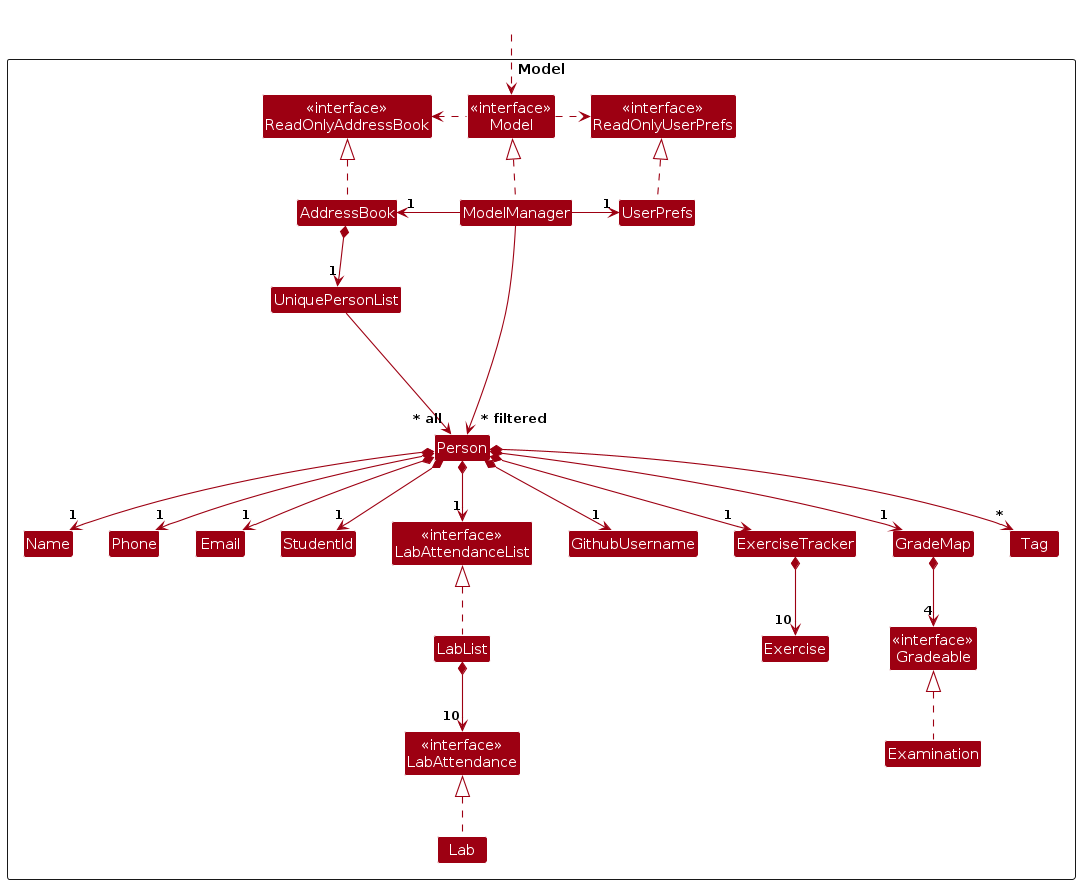
Earlier version of the PlantUML export diagrams/ModelClassDiagram.png (AY2526S1-CS2103T-T09-3/tp). Its source is kept beside it as diagrams/ModelClassDiagram.puml.
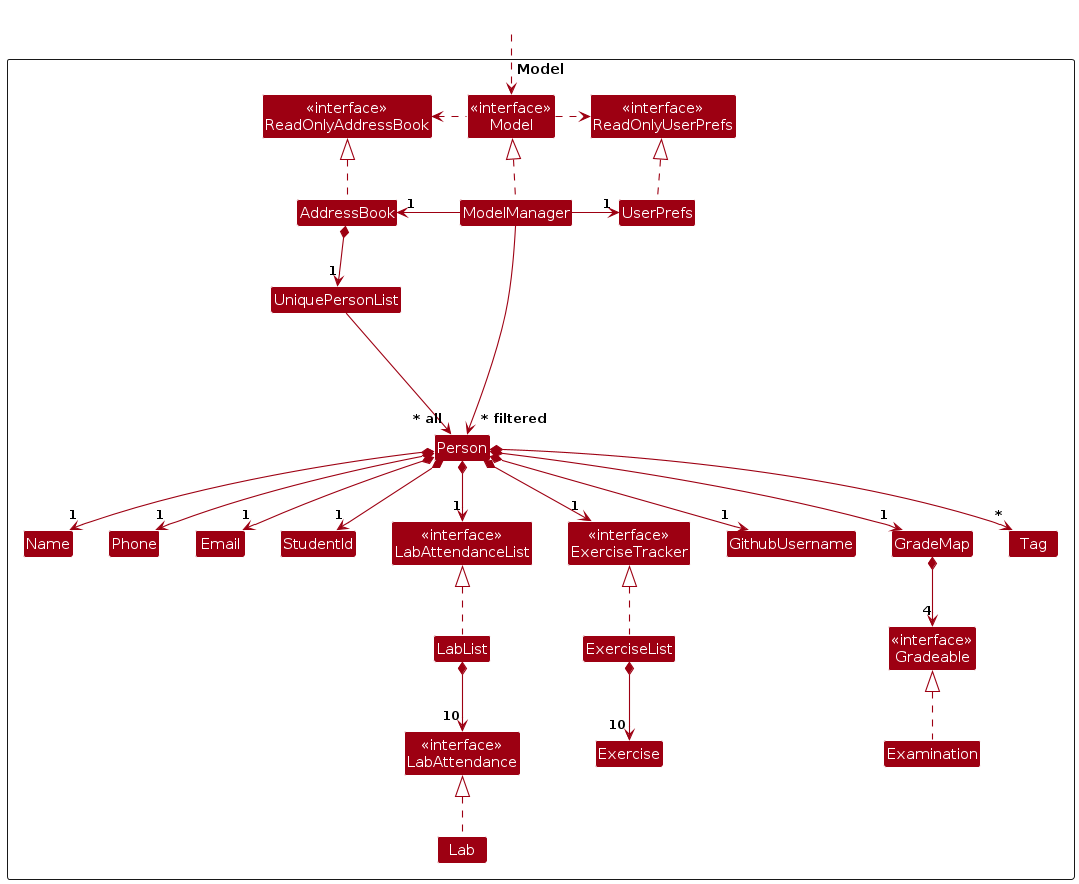
The same diagram one commit later.

Change to the diagram source:
```diff
@@ -16,7 +16,8 @@
   Class Person
   Class StudentId
   Class GithubUsername
-  Class ExerciseTracker
+  Class ExerciseList
+  Class "<<interface>>\nExerciseTracker" as ExerciseTracker
   Class "<<interface>>\nLabAttendanceList" as LabAttendanceList
   Class LabList
   Class GradeMap
@@ -49,6 +50,7 @@
 UniquePersonList --> "~* all" Person
 
 LabList .up.|> LabAttendanceList
+ExerciseList .up.|> ExerciseTracker
 Lab .up.|> LabAttendance
 Examination .up.|> Gradeable
 
@@ -64,7 +66,7 @@
 
 
 
-ExerciseTracker *--> "10" Exercise
+ExerciseList *--> "10" Exercise
 LabList *--> "10" LabAttendance
 GradeMap *--> "4" Gradeable
 
```
